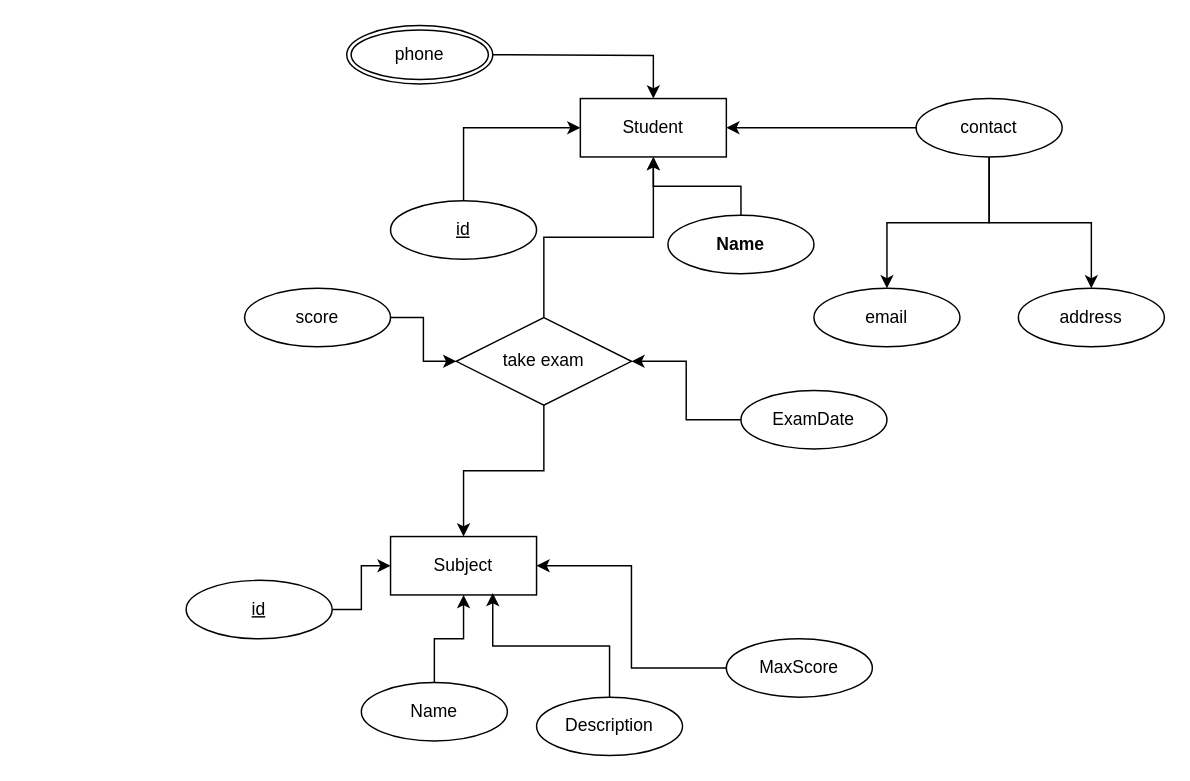
The draw.io diagram iti1.drawio in andrew-atef/andrew-atef, before the edit. Source tidied: cells renumbered, new cells numbered last; positions are measured from the earlier drawing's top-left corner, leaving out a move shared by most shapes. Both pictures are drawn from the tidied source at 146%, with x=0, y=0 at pixel (185, 25).
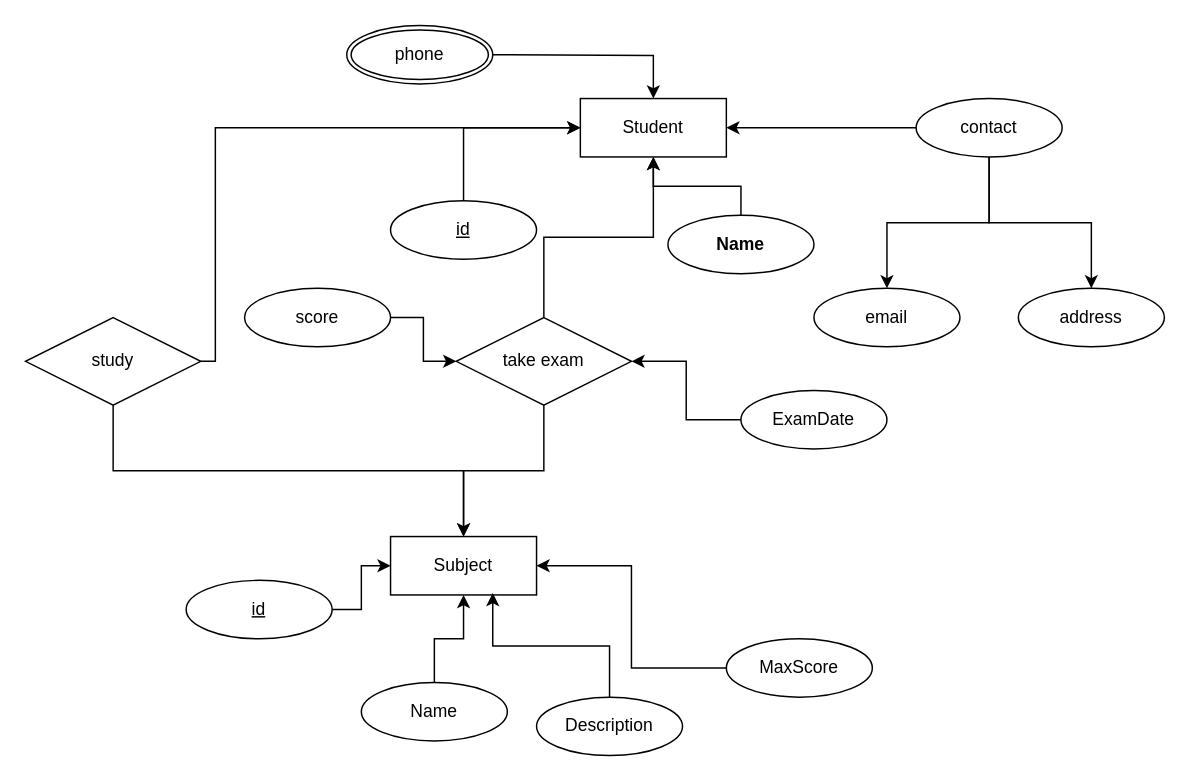
After the change.

Unchanged cells that the change refers to:
```xml
<mxCell id="2" value="Student" style="whiteSpace=wrap;html=1;align=center;" parent="1" vertex="1">
  <mxGeometry x="270" y="50" width="100" height="40" as="geometry" />
</mxCell>
<mxCell id="15" value="Subject" style="whiteSpace=wrap;html=1;align=center;" parent="1" vertex="1">
  <mxGeometry x="140" y="350" width="100" height="40" as="geometry" />
</mxCell>
```

Diff of the diagram source:
```diff
@@
+    <mxCell id="31" style="edgeStyle=orthogonalEdgeStyle;rounded=0;jettySize=auto;html=1;entryX=0;entryY=0.5;entryDx=0;entryDy=0;" parent="1" edge="1" source="33" target="2">
+      <mxGeometry relative="1" as="geometry">
+        <Array as="points">
+          <mxPoint x="20" y="230" />
+          <mxPoint x="20" y="70" />
+        </Array>
+      </mxGeometry>
+    </mxCell>
+    <mxCell id="32" style="edgeStyle=orthogonalEdgeStyle;rounded=0;jettySize=auto;html=1;exitX=0.5;exitY=1;exitDx=0;exitDy=0;entryX=0.5;entryY=0;entryDx=0;entryDy=0;" parent="1" edge="1" source="33" target="15">
+      <mxGeometry relative="1" as="geometry" />
+    </mxCell>
+    <mxCell id="33" value="study" style="shape=rhombus;perimeter=rhombusPerimeter;whiteSpace=wrap;html=1;align=center;" parent="1" vertex="1">
+      <mxGeometry x="-110" y="200" width="120" height="60" as="geometry" />
+    </mxCell>
```
